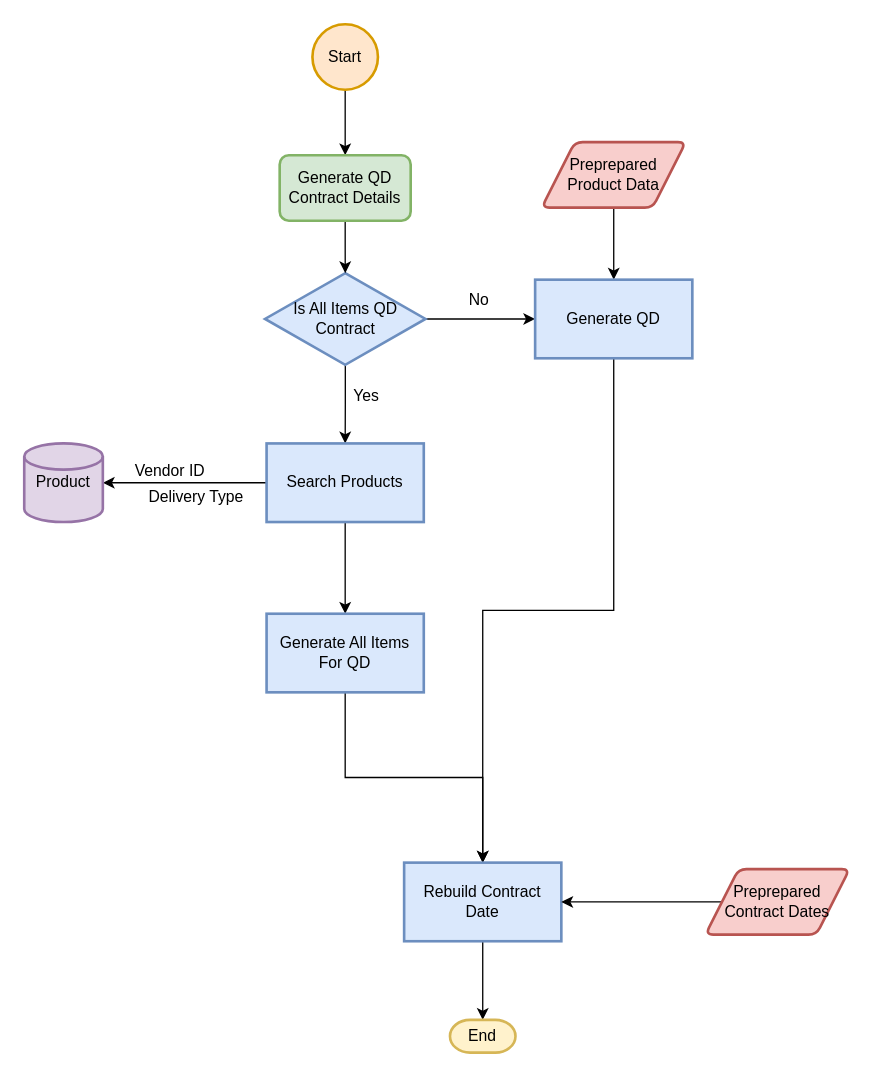
Earlier version of the draw.io diagram Build Contract Flow Diagram.drawio (dajin-kingland/UMLdiagrams). Source tidied: cells renumbered, new cells numbered last; positions are measured from the earlier drawing's top-left corner, leaving out a move shared by most shapes. Both pictures are drawn from the tidied source at 131%, with x=0, y=0 at pixel (24, 24).
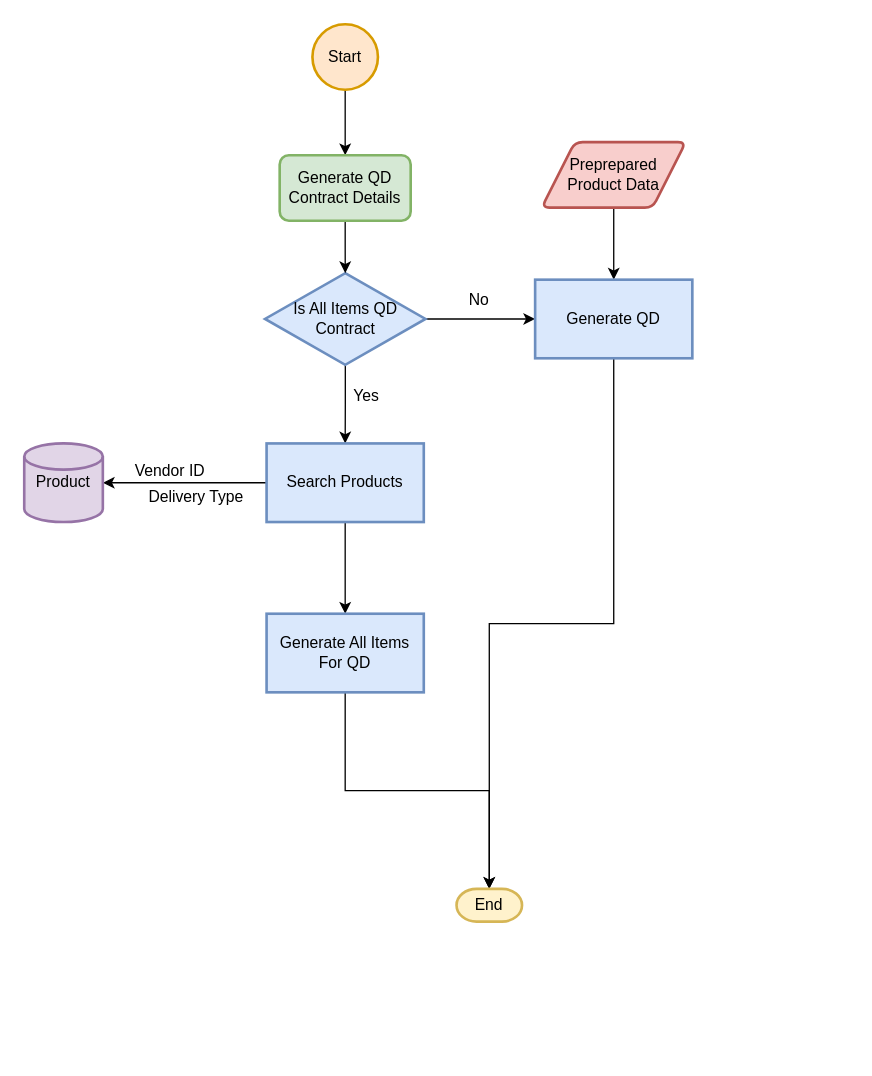
The same page after the edit.

Unchanged cells that the change refers to:
```xml
<mxCell id="14" value="Generate QD" style="whiteSpace=wrap;html=1;strokeColor=#6c8ebf;strokeWidth=2;fillColor=#dae8fc;" parent="1" vertex="1">
  <mxGeometry x="390" y="195" width="120" height="60" as="geometry" />
</mxCell>
<mxCell id="22" value="Generate All Items For QD" style="whiteSpace=wrap;html=1;strokeColor=#6c8ebf;strokeWidth=2;fillColor=#dae8fc;" parent="1" vertex="1">
  <mxGeometry x="185" y="450" width="120" height="60" as="geometry" />
</mxCell>
```

The edit, as a diff of the source:
```diff
@@
-    <mxCell id="13" style="edgeStyle=orthogonalEdgeStyle;rounded=0;jettySize=auto;html=1;fontSize=12;" parent="1" edge="1" source="14" target="24">
+    <mxCell id="13" style="edgeStyle=orthogonalEdgeStyle;rounded=0;jettySize=auto;html=1;fontSize=12;exitX=0.5;exitY=1;exitDx=0;exitDy=0;entryX=0.5;entryY=0;entryDx=0;entryDy=0;entryPerimeter=0;" parent="1" edge="1" source="14" target="27">
       <mxGeometry relative="1" as="geometry" />
     </mxCell>
@@
-    <mxCell id="21" style="edgeStyle=orthogonalEdgeStyle;rounded=0;jettySize=auto;html=1;exitX=0.5;exitY=1;exitDx=0;exitDy=0;entryX=0.5;entryY=0;entryDx=0;entryDy=0;fontSize=12;" parent="1" edge="1" source="22" target="24">
+    <mxCell id="21" style="edgeStyle=orthogonalEdgeStyle;rounded=0;jettySize=auto;html=1;exitX=0.5;exitY=1;exitDx=0;exitDy=0;entryX=0.5;entryY=0;entryDx=0;entryDy=0;fontSize=12;entryPerimeter=0;" parent="1" edge="1" source="22" target="27">
       <mxGeometry relative="1" as="geometry" />
     </mxCell>
@@
-    <mxCell id="23" style="edgeStyle=orthogonalEdgeStyle;rounded=0;jettySize=auto;html=1;fontSize=12;" parent="1" edge="1" source="24" target="27">
-      <mxGeometry relative="1" as="geometry" />
-    </mxCell>
-    <mxCell id="24" value="Rebuild Contract Date" style="whiteSpace=wrap;html=1;strokeColor=#6c8ebf;strokeWidth=2;fillColor=#dae8fc;" parent="1" vertex="1">
-      <mxGeometry x="290" y="640" width="120" height="60" as="geometry" />
-    </mxCell>
-    <mxCell id="25" style="edgeStyle=orthogonalEdgeStyle;rounded=0;jettySize=auto;html=1;fontSize=12;" parent="1" edge="1" source="26" target="24">
-      <mxGeometry relative="1" as="geometry" />
-    </mxCell>
-    <mxCell id="26" value="Preprepared Contract Dates" style="shape=parallelogram;html=1;strokeWidth=2;perimeter=parallelogramPerimeter;whiteSpace=wrap;rounded=1;arcSize=12;size=0.23;fillColor=#f8cecc;strokeColor=#b85450;" parent="1" vertex="1">
-      <mxGeometry x="520" y="645" width="110" height="50" as="geometry" />
-    </mxCell>
     <mxCell id="27" value="End" style="strokeWidth=2;html=1;shape=mxgraph.flowchart.terminator;whiteSpace=wrap;fontSize=12;fillColor=#fff2cc;strokeColor=#d6b656;" parent="1" vertex="1">
-      <mxGeometry x="325" y="760" width="50" height="25" as="geometry" />
+      <mxGeometry x="330" y="660" width="50" height="25" as="geometry" />
     </mxCell>
```
